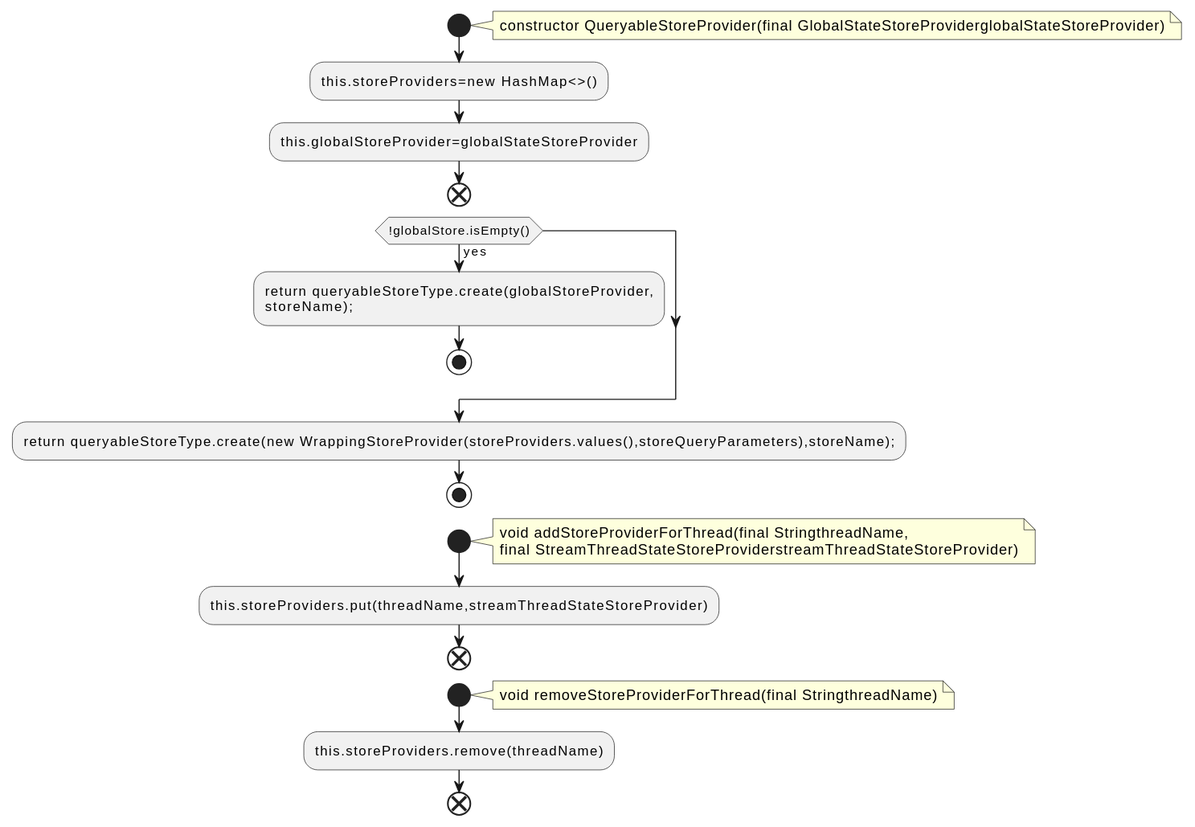
The PlantUML diagram docs/qc/streams/src/main/java/org/apache/kafka/streams/state/internals/QueryableStoreProvider.java.fct.svg in qualitesys/kafka, before a commit.
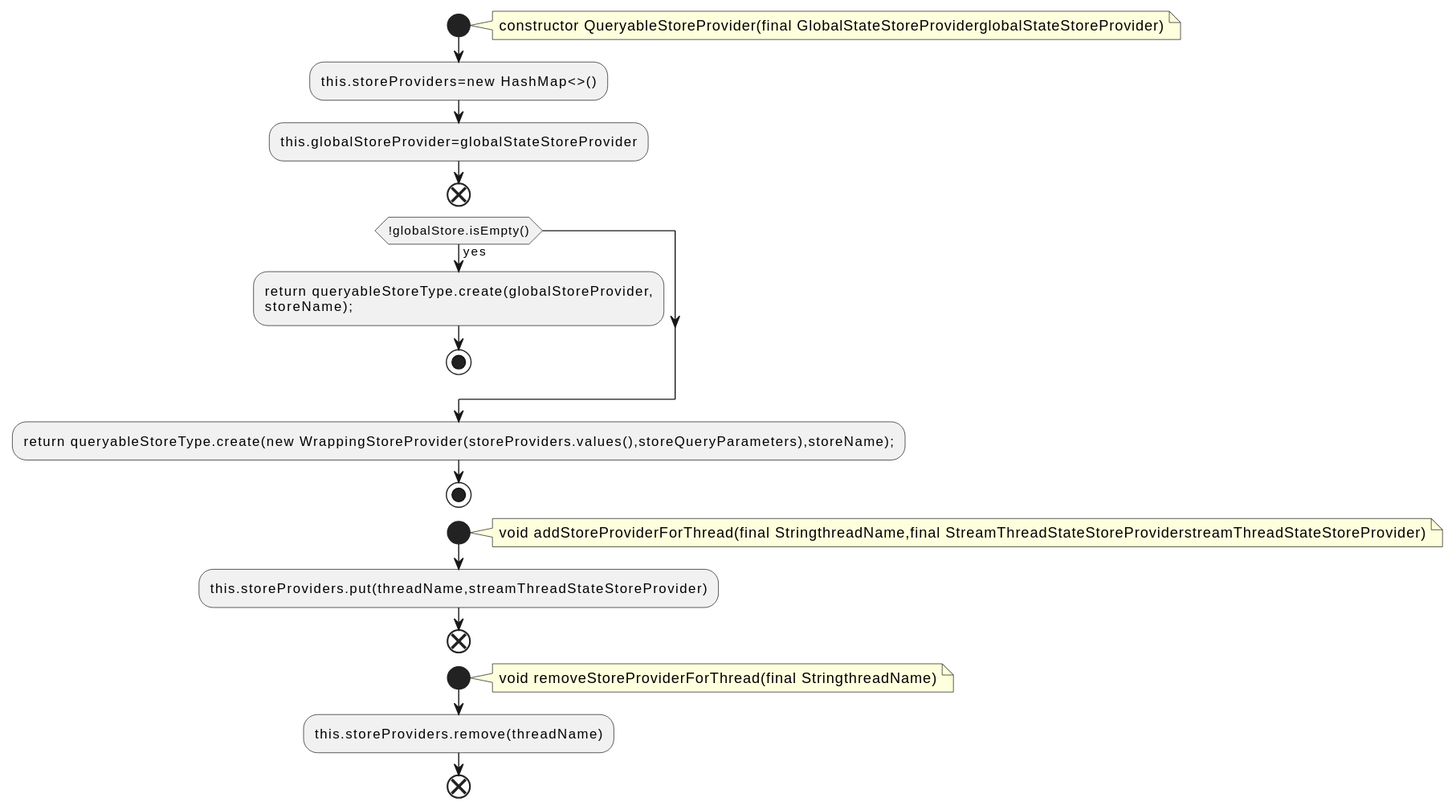
After the commit.

Diff of the diagram source:
```diff
@@ -16,8 +16,7 @@
 stop
 start
 note right
-void addStoreProviderForThread(final StringthreadName,
-final StreamThreadStateStoreProviderstreamThreadStateStoreProvider)
+void addStoreProviderForThread(final StringthreadName,final StreamThreadStateStoreProviderstreamThreadStateStoreProvider)
 end note
 :this.storeProviders.put(threadName,streamThreadStateStoreProvider);
 end
```
